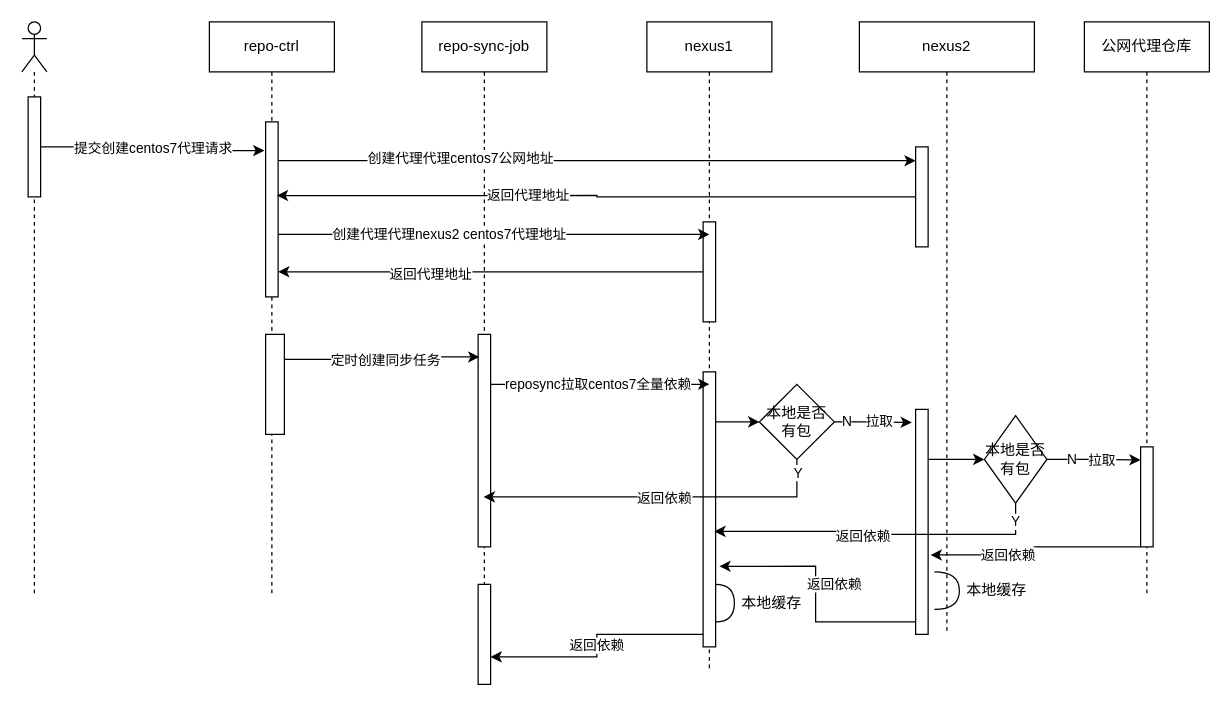
zzl-code/drawImg keeps this draw.io diagram as page "第 1 页" (1 of 9) of ProductRepository.drawio. Above is the earlier version. Source tidied: cells renumbered, new cells numbered last; positions are measured from the earlier drawing's top-left corner, leaving out a move shared by most shapes. Both pictures are drawn from the tidied source at 125%, with x=0, y=0 at pixel (21, 21).
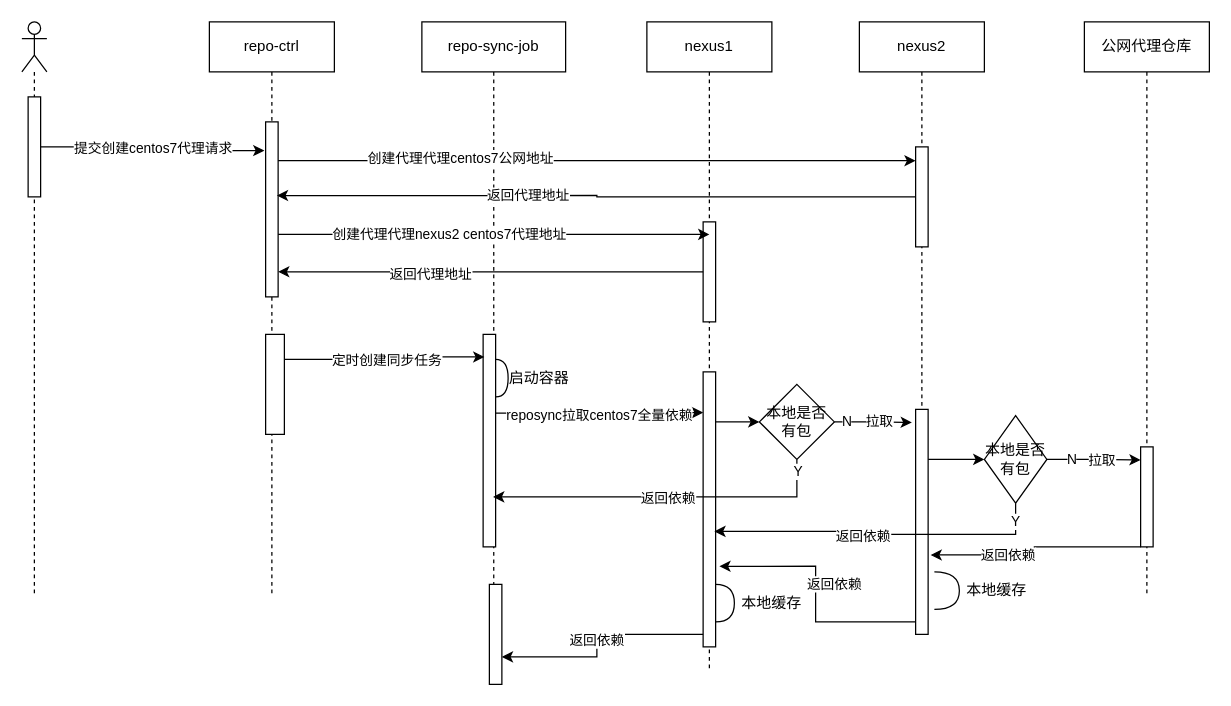
The same page after the edit.

Unchanged cells that the change refers to:
```xml
<mxCell id="4" style="html=1;points=[];perimeter=orthogonalPerimeter;" parent="2" vertex="1">
  <mxGeometry x="45" y="280" width="10" height="220" as="geometry" />
</mxCell>
```

The edit, as a diff of the source:
```diff
@@
     <mxCell id="9" value="nexus2" style="shape=umlLifeline;perimeter=lifelinePerimeter;whiteSpace=wrap;html=1;" parent="1" vertex="1">
-      <mxGeometry x="670" width="140" height="490" as="geometry" />
+      <mxGeometry x="670" width="100" height="490" as="geometry" />
     </mxCell>
@@
     <mxCell id="19" value="repo-sync-job" style="shape=umlLifeline;perimeter=lifelinePerimeter;whiteSpace=wrap;html=1;outlineConnect=0;" parent="1" vertex="1">
-      <mxGeometry x="320" width="100" height="530" as="geometry" />
+      <mxGeometry x="320" width="115" height="530" as="geometry" />
     </mxCell>
     <mxCell id="20" style="html=1;points=[];perimeter=orthogonalPerimeter;" parent="19" vertex="1">
-      <mxGeometry x="45" y="250" width="10" height="170" as="geometry" />
+      <mxGeometry x="49" y="250" width="10" height="170" as="geometry" />
     </mxCell>
     <mxCell id="21" style="html=1;points=[];perimeter=orthogonalPerimeter;" parent="19" vertex="1">
-      <mxGeometry x="45" y="450" width="10" height="80" as="geometry" />
+      <mxGeometry x="54" y="450" width="10" height="80" as="geometry" />
     </mxCell>
+    <mxCell id="53" style="shape=requiredInterface;html=1;verticalLabelPosition=bottom;sketch=0;" parent="19" vertex="1">
+      <mxGeometry x="59" y="270" width="10" height="30" as="geometry" />
+    </mxCell>
+    <mxCell id="54" value="启动容器" style="text;html=1;strokeColor=none;fillColor=none;align=center;verticalAlign=middle;whiteSpace=wrap;rounded=0;" parent="19" vertex="1">
+      <mxGeometry x="64" y="270" width="60" height="30" as="geometry" />
+    </mxCell>
@@
-    <mxCell id="51" style="edgeStyle=orthogonalEdgeStyle;rounded=0;jettySize=auto;html=1;entryX=0.5;entryY=0.045;entryDx=0;entryDy=0;entryPerimeter=0;" parent="1" edge="1" source="20" target="4">
+    <mxCell id="51" style="edgeStyle=orthogonalEdgeStyle;rounded=0;jettySize=auto;html=1;entryX=0;entryY=0.148;entryDx=0;entryDy=0;entryPerimeter=0;" parent="1" edge="1" source="20" target="4">
       <mxGeometry relative="1" as="geometry">
         <Array as="points">
-          <mxPoint x="420" y="290" />
-          <mxPoint x="420" y="290" />
+          <mxPoint x="430" y="313" />
+          <mxPoint x="430" y="313" />
         </Array>
       </mxGeometry>
     </mxCell>
     <mxCell id="52" value="reposync拉取centos7全量依赖" style="edgeLabel;html=1;align=center;verticalAlign=middle;" parent="51" vertex="1">
-      <mxGeometry x="-0.28" y="-2" relative="1" as="geometry">
-        <mxPoint x="22" y="-2" as="offset" />
+      <mxGeometry x="-0.18" y="1" relative="1" as="geometry">
+        <mxPoint x="15" y="3" as="offset" />
       </mxGeometry>
     </mxCell>
```
